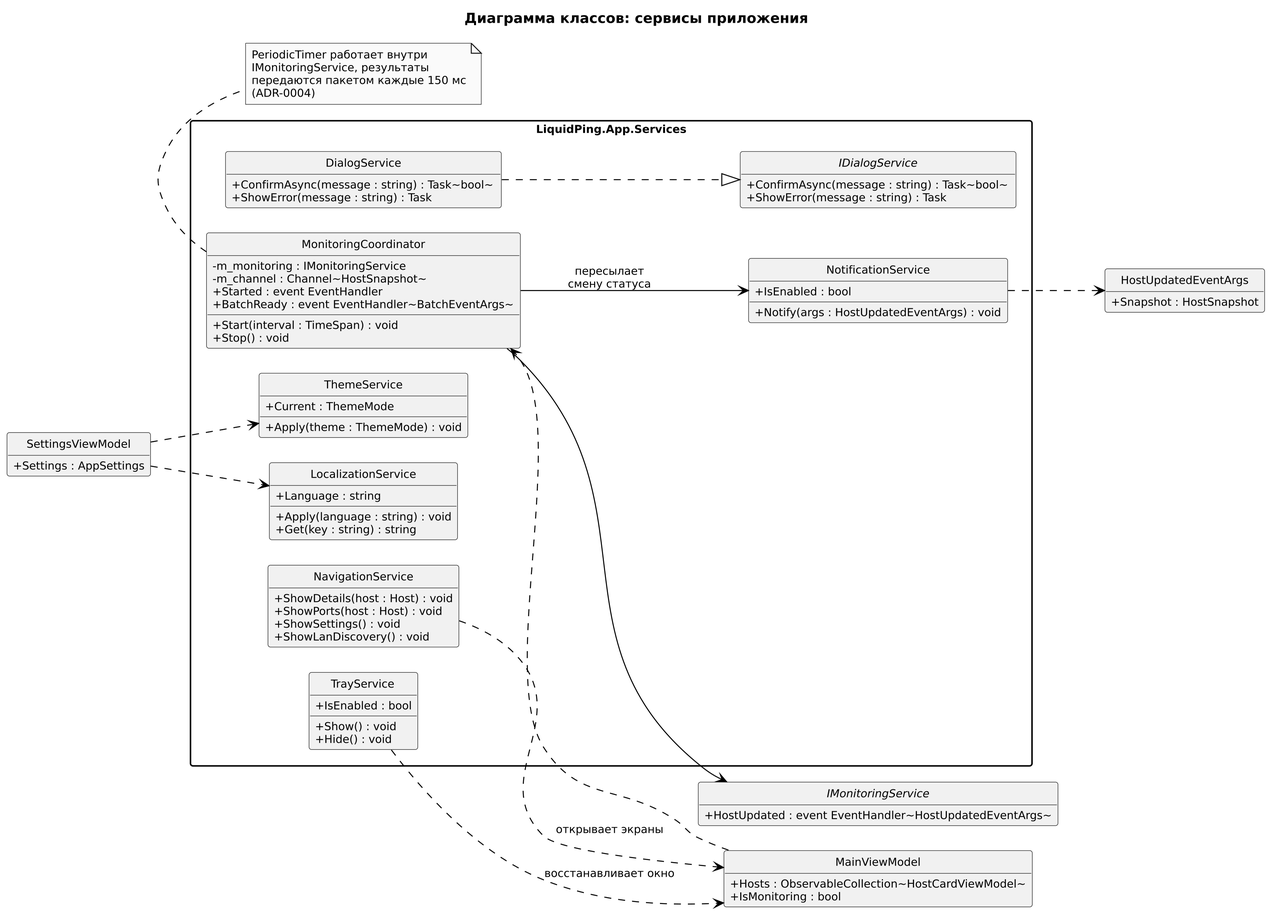
This is docs/uml/img/class-services.png from Levandovskii/liquid-ping, a PlantUML export, as it was before one commit. Its source is kept beside it as docs/uml/src/class-services.puml.
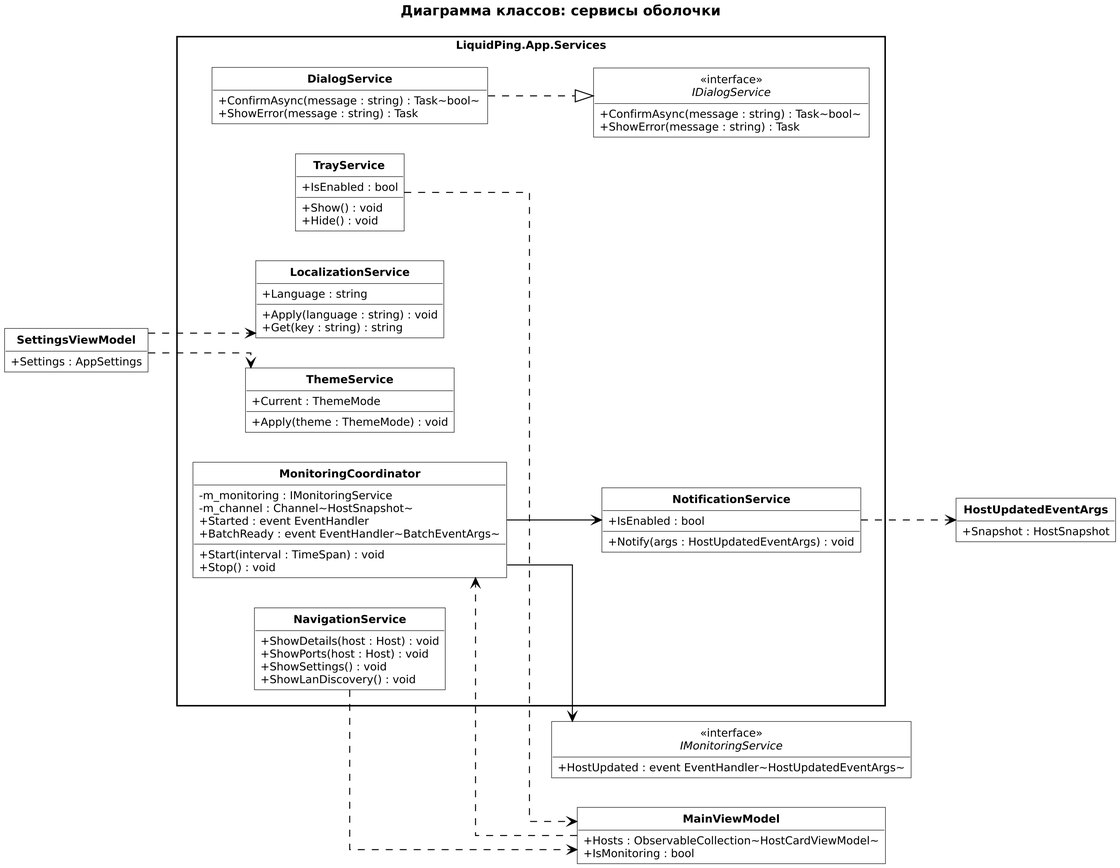
After the commit.

The edit, as a diff of the source:
```diff
@@ -1,22 +1,34 @@
 @startuml
 set separator none
 left to right direction
-skinparam monochrome true
+skinparam monochrome false
 skinparam shadowing false
 skinparam classAttributeIconSize 0
 skinparam defaultFontName "DejaVu Sans"
 skinparam defaultFontSize 11
 skinparam packageStyle rectangle
-skinparam nodesep 25
+skinparam nodesep 30
 skinparam ranksep 45
 skinparam ArrowColor #000000
+skinparam classBackgroundColor #FFFFFF
+skinparam classBorderColor #000000
+skinparam classFontColor #000000
+skinparam classFontStyle bold
+skinparam classAttributeFontStyle normal
+skinparam stereotypeCBackgroundColor #FFFFFF
+skinparam packageBackgroundColor #FFFFFF
+skinparam packageBorderColor #000000
+skinparam noteBackgroundColor #FFFFFF
+skinparam noteBorderColor #000000
+skinparam linetype ortho
+skinparam roundCorner 0
 hide empty members
 hide circle
 
-title Диаграмма классов: сервисы приложения
+title Диаграмма классов: сервисы оболочки
 
 package "LiquidPing.App.Services" {
-  class MonitoringCoordinator {
+  class "**MonitoringCoordinator**" as MonitoringCoordinator {
     -m_monitoring : IMonitoringService
     -m_channel : Channel~HostSnapshot~
     +Started : event EventHandler
@@ -25,77 +37,71 @@
     +Stop() : void
   }
 
-  class NavigationService {
+  class "**NavigationService**" as NavigationService {
     +ShowDetails(host : Host) : void
     +ShowPorts(host : Host) : void
     +ShowSettings() : void
     +ShowLanDiscovery() : void
   }
 
-  class NotificationService {
+  class "**NotificationService**" as NotificationService {
     +IsEnabled : bool
     +Notify(args : HostUpdatedEventArgs) : void
   }
 
-  class ThemeService {
+  class "**ThemeService**" as ThemeService {
     +Current : ThemeMode
     +Apply(theme : ThemeMode) : void
   }
 
-  class LocalizationService {
+  class "**LocalizationService**" as LocalizationService {
     +Language : string
     +Apply(language : string) : void
     +Get(key : string) : string
   }
 
-  class TrayService {
+  class "**TrayService**" as TrayService {
     +IsEnabled : bool
     +Show() : void
     +Hide() : void
   }
 
-  interface IDialogService {
+  interface "IDialogService" as IDialogService <<interface>> {
     +ConfirmAsync(message : string) : Task~bool~
     +ShowError(message : string) : Task
   }
 
-  class DialogService {
+  class "**DialogService**" as DialogService {
     +ConfirmAsync(message : string) : Task~bool~
     +ShowError(message : string) : Task
   }
 }
 
-class MainViewModel {
+class "**MainViewModel**" as MainViewModel {
   +Hosts : ObservableCollection~HostCardViewModel~
   +IsMonitoring : bool
 }
 
-class SettingsViewModel {
+class "**SettingsViewModel**" as SettingsViewModel {
   +Settings : AppSettings
 }
 
-interface IMonitoringService {
+interface "IMonitoringService" as IMonitoringService <<interface>> {
   +HostUpdated : event EventHandler~HostUpdatedEventArgs~
 }
 
-class HostUpdatedEventArgs {
+class "**HostUpdatedEventArgs**" as HostUpdatedEventArgs {
   +Snapshot : HostSnapshot
 }
 
 MonitoringCoordinator --> IMonitoringService
-MonitoringCoordinator --> NotificationService : пересылает\nсмену статуса
+MonitoringCoordinator --> NotificationService
 NotificationService ..> HostUpdatedEventArgs
-NavigationService ..> MainViewModel : открывает экраны
+NavigationService ..> MainViewModel
 MainViewModel ..> MonitoringCoordinator
 SettingsViewModel ..> ThemeService
 SettingsViewModel ..> LocalizationService
 DialogService ..|> IDialogService
-TrayService ..> MainViewModel : восстанавливает окно
+TrayService ..> MainViewModel
 
-note bottom of MonitoringCoordinator
-  PeriodicTimer работает внутри
-  IMonitoringService, результаты
-  передаются пакетом каждые 150 мс
-  (ADR-0004)
-end note
 @enduml
```
